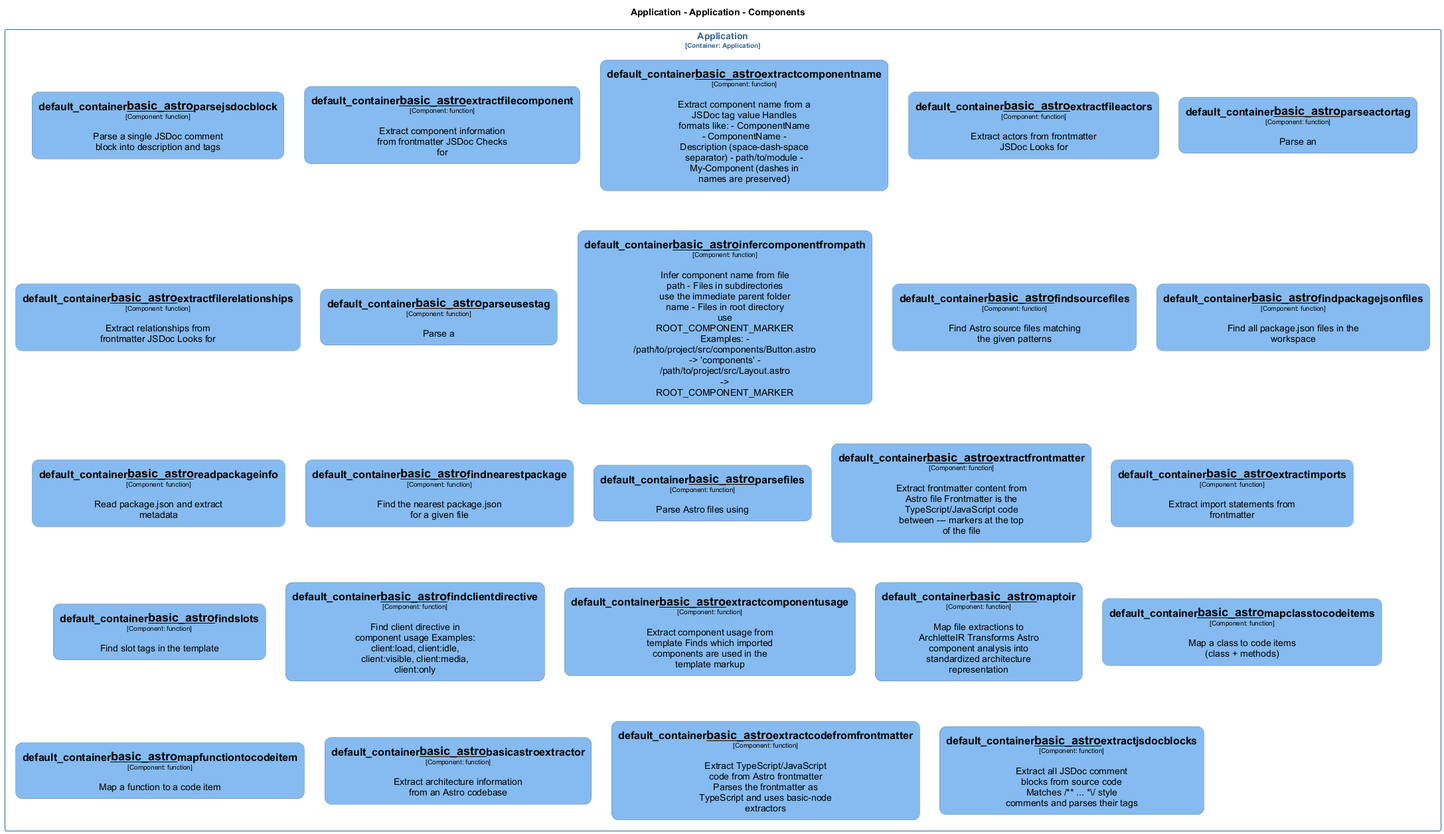
This is docs/architecture/diagrams/structurizr-Classes_default_container__basic_astro.png from chrislyons-dev/archlette, a PlantUML export, as it was before one commit.
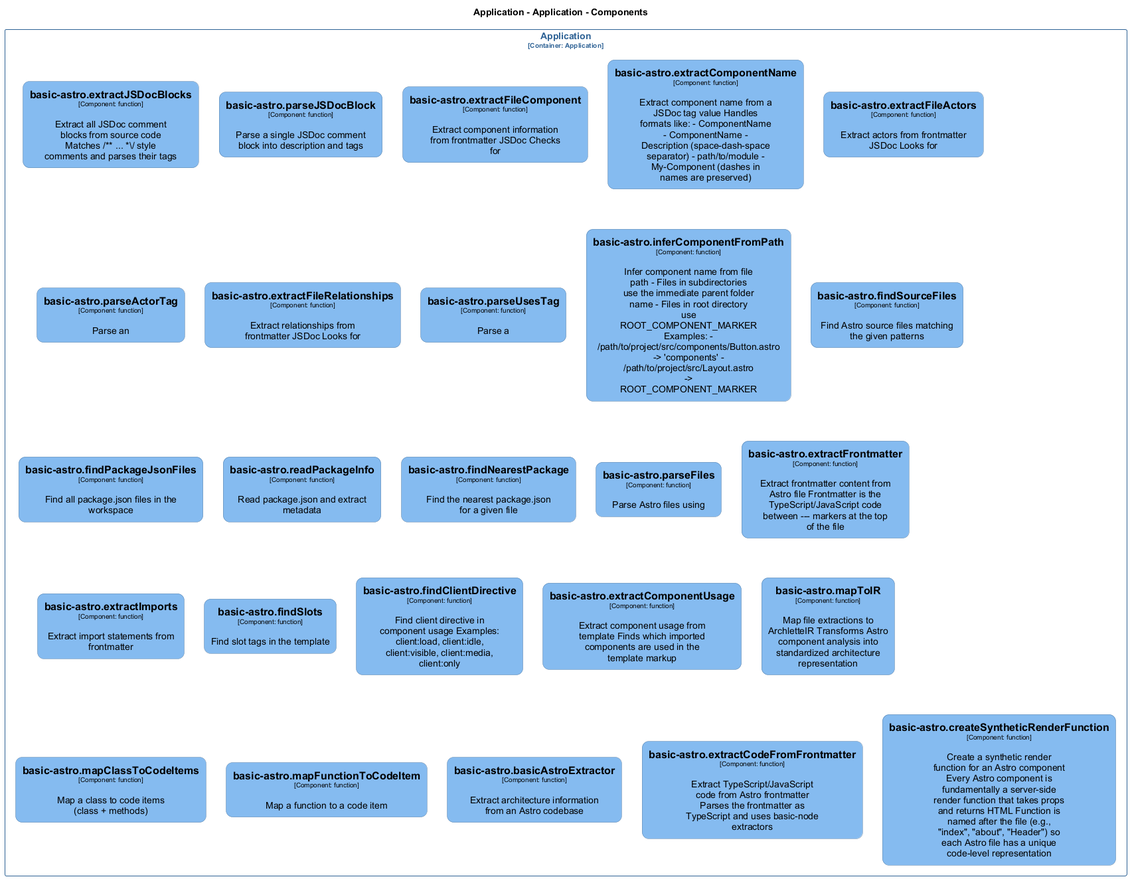
The same file after the commit.

Change to the diagram source:
```diff
@@ -18,3 +18,3 @@
 
-skinparam rectangle<<Application.Application.default_container__basic_astro__basicastroextractor>> {
+skinparam rectangle<<Application.Application.basicastrobasicAstroExtractor>> {
   BackgroundColor #85bbf0
@@ -25,3 +25,3 @@
 }
-skinparam rectangle<<Application.Application.default_container__basic_astro__extractcodefromfrontmatter>> {
+skinparam rectangle<<Application.Application.basicastrocreateSyntheticRenderFunction>> {
   BackgroundColor #85bbf0
@@ -32,3 +32,3 @@
 }
-skinparam rectangle<<Application.Application.default_container__basic_astro__extractcomponentname>> {
+skinparam rectangle<<Application.Application.basicastroextractCodeFromFrontmatter>> {
   BackgroundColor #85bbf0
@@ -39,3 +39,3 @@
 }
-skinparam rectangle<<Application.Application.default_container__basic_astro__extractcomponentusage>> {
+skinparam rectangle<<Application.Application.basicastroextractComponentName>> {
   BackgroundColor #85bbf0
@@ -46,3 +46,3 @@
 }
-skinparam rectangle<<Application.Application.default_container__basic_astro__extractfileactors>> {
+skinparam rectangle<<Application.Application.basicastroextractComponentUsage>> {
   BackgroundColor #85bbf0
@@ -53,3 +53,3 @@
 }
-skinparam rectangle<<Application.Application.default_container__basic_astro__extractfilecomponent>> {
+skinparam rectangle<<Application.Application.basicastroextractFileActors>> {
   BackgroundColor #85bbf0
@@ -60,3 +60,3 @@
 }
-skinparam rectangle<<Application.Application.default_container__basic_astro__extractfilerelationships>> {
+skinparam rectangle<<Application.Application.basicastroextractFileComponent>> {
   BackgroundColor #85bbf0
@@ -67,3 +67,3 @@
 }
-skinparam rectangle<<Application.Application.default_container__basic_astro__extractfrontmatter>> {
+skinparam rectangle<<Application.Application.basicastroextractFileRelationships>> {
   BackgroundColor #85bbf0
@@ -74,3 +74,3 @@
 }
-skinparam rectangle<<Application.Application.default_container__basic_astro__extractimports>> {
+skinparam rectangle<<Application.Application.basicastroextractFrontmatter>> {
   BackgroundColor #85bbf0
@@ -81,3 +81,3 @@
 }
-skinparam rectangle<<Application.Application.default_container__basic_astro__extractjsdocblocks>> {
+skinparam rectangle<<Application.Application.basicastroextractImports>> {
   BackgroundColor #85bbf0
@@ -88,3 +88,3 @@
 }
-skinparam rectangle<<Application.Application.default_container__basic_astro__findclientdirective>> {
+skinparam rectangle<<Application.Application.basicastroextractJSDocBlocks>> {
   BackgroundColor #85bbf0
@@ -95,3 +95,3 @@
 }
-skinparam rectangle<<Application.Application.default_container__basic_astro__findnearestpackage>> {
+skinparam rectangle<<Application.Application.basicastrofindClientDirective>> {
   BackgroundColor #85bbf0
@@ -102,3 +102,3 @@
 }
-skinparam rectangle<<Application.Application.default_container__basic_astro__findpackagejsonfiles>> {
+skinparam rectangle<<Application.Application.basicastrofindNearestPackage>> {
   BackgroundColor #85bbf0
@@ -109,3 +109,3 @@
 }
-skinparam rectangle<<Application.Application.default_container__basic_astro__findslots>> {
+skinparam rectangle<<Application.Application.basicastrofindPackageJsonFiles>> {
   BackgroundColor #85bbf0
@@ -116,3 +116,3 @@
 }
-skinparam rectangle<<Application.Application.default_container__basic_astro__findsourcefiles>> {
+skinparam rectangle<<Application.Application.basicastrofindSlots>> {
   BackgroundColor #85bbf0
@@ -123,3 +123,3 @@
 }
-skinparam rectangle<<Application.Application.default_container__basic_astro__infercomponentfrompath>> {
+skinparam rectangle<<Application.Application.basicastrofindSourceFiles>> {
   BackgroundColor #85bbf0
@@ -130,3 +130,3 @@
 }
-skinparam rectangle<<Application.Application.default_container__basic_astro__mapclasstocodeitems>> {
+skinparam rectangle<<Application.Application.basicastroinferComponentFromPath>> {
   BackgroundColor #85bbf0
@@ -137,3 +137,3 @@
 }
-skinparam rectangle<<Application.Application.default_container__basic_astro__mapfunctiontocodeitem>> {
+skinparam rectangle<<Application.Application.basicastromapClassToCodeItems>> {
   BackgroundColor #85bbf0
@@ -144,3 +144,3 @@
 }
-skinparam rectangle<<Application.Application.default_container__basic_astro__maptoir>> {
+skinparam rectangle<<Application.Application.basicastromapFunctionToCodeItem>> {
   BackgroundColor #85bbf0
@@ -151,3 +151,3 @@
 }
-skinparam rectangle<<Application.Application.default_container__basic_astro__parseactortag>> {
+skinparam rectangle<<Application.Application.basicastromapToIR>> {
   BackgroundColor #85bbf0
@@ -158,3 +158,3 @@
 }
-skinparam rectangle<<Application.Application.default_container__basic_astro__parsefiles>> {
+skinparam rectangle<<Application.Application.basicastroparseActorTag>> {
   BackgroundColor #85bbf0
@@ -165,3 +165,3 @@
 }
-skinparam rectangle<<Application.Application.default_container__basic_astro__parsejsdocblock>> {
+skinparam rectangle<<Application.Application.basicastroparseFiles>> {
   BackgroundColor #85bbf0
@@ -172,3 +172,3 @@
 }
-skinparam rectangle<<Application.Application.default_container__basic_astro__parseusestag>> {
+skinparam rectangle<<Application.Application.basicastroparseJSDocBlock>> {
   BackgroundColor #85bbf0
@@ -179,3 +179,10 @@
 }
-skinparam rectangle<<Application.Application.default_container__basic_astro__readpackageinfo>> {
+skinparam rectangle<<Application.Application.basicastroparseUsesTag>> {
+  BackgroundColor #85bbf0
+  FontColor #000000
+  BorderColor #5d82a8
+  roundCorner 20
+  shadowing false
+}
+skinparam rectangle<<Application.Application.basicastroreadPackageInfo>> {
   BackgroundColor #85bbf0
@@ -193,26 +200,27 @@
 rectangle "Application\n<size:10>[Container: Application]</size>" <<Application.Application>> {
-  rectangle "==default_container__basic_astro__parsejsdocblock\n<size:10>[Component: function]</size>\n\nParse a single JSDoc comment block into description and tags" <<Application.Application.default_container__basic_astro__parsejsdocblock>> as Application.Application.default_container__basic_astro__parsejsdocblock
-  rectangle "==default_container__basic_astro__extractfilecomponent\n<size:10>[Component: function]</size>\n\nExtract component information from frontmatter JSDoc Checks for" <<Application.Application.default_container__basic_astro__extractfilecomponent>> as Application.Application.default_container__basic_astro__extractfilecomponent
-  rectangle "==default_container__basic_astro__extractcomponentname\n<size:10>[Component: function]</size>\n\nExtract component name from a JSDoc tag value Handles formats like: - ComponentName - ComponentName - Description (space-dash-space separator) - path/to/module - My-Component (dashes in names are preserved)" <<Application.Application.default_container__basic_astro__extractcomponentname>> as Application.Application.default_container__basic_astro__extractcomponentname
-  rectangle "==default_container__basic_astro__extractfileactors\n<size:10>[Component: function]</size>\n\nExtract actors from frontmatter JSDoc Looks for" <<Application.Application.default_container__basic_astro__extractfileactors>> as Application.Application.default_container__basic_astro__extractfileactors
-  rectangle "==default_container__basic_astro__parseactortag\n<size:10>[Component: function]</size>\n\nParse an" <<Application.Application.default_container__basic_astro__parseactortag>> as Application.Application.default_container__basic_astro__parseactortag
-  rectangle "==default_container__basic_astro__extractfilerelationships\n<size:10>[Component: function]</size>\n\nExtract relationships from frontmatter JSDoc Looks for" <<Application.Application.default_container__basic_astro__extractfilerelationships>> as Application.Application.default_container__basic_astro__extractfilerelationships
-  rectangle "==default_container__basic_astro__parseusestag\n<size:10>[Component: function]</size>\n\nParse a" <<Application.Application.default_container__basic_astro__parseusestag>> as Application.Application.default_container__basic_astro__parseusestag
-  rectangle "==default_container__basic_astro__infercomponentfrompath\n<size:10>[Component: function]</size>\n\nInfer component name from file path - Files in subdirectories use the immediate parent folder name - Files in root directory use ROOT_COMPONENT_MARKER Examples: - /path/to/project/src/components/Button.astro -> 'components' - /path/to/project/src/Layout.astro -> ROOT_COMPONENT_MARKER" <<Application.Application.default_container__basic_astro__infercomponentfrompath>> as Application.Application.default_container__basic_astro__infercomponentfrompath
-  rectangle "==default_container__basic_astro__findsourcefiles\n<size:10>[Component: function]</size>\n\nFind Astro source files matching the given patterns" <<Application.Application.default_container__basic_astro__findsourcefiles>> as Application.Application.default_container__basic_astro__findsourcefiles
-  rectangle "==default_container__basic_astro__findpackagejsonfiles\n<size:10>[Component: function]</size>\n\nFind all package.json files in the workspace" <<Application.Application.default_container__basic_astro__findpackagejsonfiles>> as Application.Application.default_container__basic_astro__findpackagejsonfiles
-  rectangle "==default_container__basic_astro__readpackageinfo\n<size:10>[Component: function]</size>\n\nRead package.json and extract metadata" <<Application.Application.default_container__basic_astro__readpackageinfo>> as Application.Application.default_container__basic_astro__readpackageinfo
-  rectangle "==default_container__basic_astro__findnearestpackage\n<size:10>[Component: function]</size>\n\nFind the nearest package.json for a given file" <<Application.Application.default_container__basic_astro__findnearestpackage>> as Application.Application.default_container__basic_astro__findnearestpackage
-  rectangle "==default_container__basic_astro__parsefiles\n<size:10>[Component: function]</size>\n\nParse Astro files using" <<Application.Application.default_container__basic_astro__parsefiles>> as Application.Application.default_container__basic_astro__parsefiles
-  rectangle "==default_container__basic_astro__extractfrontmatter\n<size:10>[Component: function]</size>\n\nExtract frontmatter content from Astro file Frontmatter is the TypeScript/JavaScript code between --- markers at the top of the file" <<Application.Application.default_container__basic_astro__extractfrontmatter>> as Application.Application.default_container__basic_astro__extractfrontmatter
-  rectangle "==default_container__basic_astro__extractimports\n<size:10>[Component: function]</size>\n\nExtract import statements from frontmatter" <<Application.Application.default_container__basic_astro__extractimports>> as Application.Application.default_container__basic_astro__extractimports
-  rectangle "==default_container__basic_astro__findslots\n<size:10>[Component: function]</size>\n\nFind slot tags in the template" <<Application.Application.default_container__basic_astro__findslots>> as Application.Application.default_container__basic_astro__findslots
-  rectangle "==default_container__basic_astro__findclientdirective\n<size:10>[Component: function]</size>\n\nFind client directive in component usage Examples: client:load, client:idle, client:visible, client:media, client:only" <<Application.Application.default_container__basic_astro__findclientdirective>> as Application.Application.default_container__basic_astro__findclientdirective
-  rectangle "==default_container__basic_astro__extractcomponentusage\n<size:10>[Component: function]</size>\n\nExtract component usage from template Finds which imported components are used in the template markup" <<Application.Application.default_container__basic_astro__extractcomponentusage>> as Application.Application.default_container__basic_astro__extractcomponentusage
-  rectangle "==default_container__basic_astro__maptoir\n<size:10>[Component: function]</size>\n\nMap file extractions to ArchletteIR Transforms Astro component analysis into standardized architecture representation" <<Application.Application.default_container__basic_astro__maptoir>> as Application.Application.default_container__basic_astro__maptoir
-  rectangle "==default_container__basic_astro__mapclasstocodeitems\n<size:10>[Component: function]</size>\n\nMap a class to code items (class + methods)" <<Application.Application.default_container__basic_astro__mapclasstocodeitems>> as Application.Application.default_container__basic_astro__mapclasstocodeitems
-  rectangle "==default_container__basic_astro__mapfunctiontocodeitem\n<size:10>[Component: function]</size>\n\nMap a function to a code item" <<Application.Application.default_container__basic_astro__mapfunctiontocodeitem>> as Application.Application.default_container__basic_astro__mapfunctiontocodeitem
-  rectangle "==default_container__basic_astro__basicastroextractor\n<size:10>[Component: function]</size>\n\nExtract architecture information from an Astro codebase" <<Application.Application.default_container__basic_astro__basicastroextractor>> as Application.Application.default_container__basic_astro__basicastroextractor
-  rectangle "==default_container__basic_astro__extractcodefromfrontmatter\n<size:10>[Component: function]</size>\n\nExtract TypeScript/JavaScript code from Astro frontmatter Parses the frontmatter as TypeScript and uses basic-node extractors" <<Application.Application.default_container__basic_astro__extractcodefromfrontmatter>> as Application.Application.default_container__basic_astro__extractcodefromfrontmatter
-  rectangle "==default_container__basic_astro__extractjsdocblocks\n<size:10>[Component: function]</size>\n\nExtract all JSDoc comment blocks from source code Matches /** ... *\\/ style comments and parses their tags" <<Application.Application.default_container__basic_astro__extractjsdocblocks>> as Application.Application.default_container__basic_astro__extractjsdocblocks
+  rectangle "==basic-astro.extractJSDocBlocks\n<size:10>[Component: function]</size>\n\nExtract all JSDoc comment blocks from source code Matches /** ... *\\/ style comments and parses their tags" <<Application.Application.basicastroextractJSDocBlocks>> as Application.Application.basicastroextractJSDocBlocks
+  rectangle "==basic-astro.parseJSDocBlock\n<size:10>[Component: function]</size>\n\nParse a single JSDoc comment block into description and tags" <<Application.Application.basicastroparseJSDocBlock>> as Application.Application.basicastroparseJSDocBlock
+  rectangle "==basic-astro.extractFileComponent\n<size:10>[Component: function]</size>\n\nExtract component information from frontmatter JSDoc Checks for" <<Application.Application.basicastroextractFileComponent>> as Application.Application.basicastroextractFileComponent
+  rectangle "==basic-astro.extractComponentName\n<size:10>[Component: function]</size>\n\nExtract component name from a JSDoc tag value Handles formats like: - ComponentName - ComponentName - Description (space-dash-space separator) - path/to/module - My-Component (dashes in names are preserved)" <<Application.Application.basicastroextractComponentName>> as Application.Application.basicastroextractComponentName
+  rectangle "==basic-astro.extractFileActors\n<size:10>[Component: function]</size>\n\nExtract actors from frontmatter JSDoc Looks for" <<Application.Application.basicastroextractFileActors>> as Application.Application.basicastroextractFileActors
+  rectangle "==basic-astro.parseActorTag\n<size:10>[Component: function]</size>\n\nParse an" <<Application.Application.basicastroparseActorTag>> as Application.Application.basicastroparseActorTag
+  rectangle "==basic-astro.extractFileRelationships\n<size:10>[Component: function]</size>\n\nExtract relationships from frontmatter JSDoc Looks for" <<Application.Application.basicastroextractFileRelationships>> as Application.Application.basicastroextractFileRelationships
+  rectangle "==basic-astro.parseUsesTag\n<size:10>[Component: function]</size>\n\nParse a" <<Application.Application.basicastroparseUsesTag>> as Application.Application.basicastroparseUsesTag
+  rectangle "==basic-astro.inferComponentFromPath\n<size:10>[Component: function]</size>\n\nInfer component name from file path - Files in subdirectories use the immediate parent folder name - Files in root directory use ROOT_COMPONENT_MARKER Examples: - /path/to/project/src/components/Button.astro -> 'components' - /path/to/project/src/Layout.astro -> ROOT_COMPONENT_MARKER" <<Application.Application.basicastroinferComponentFromPath>> as Application.Application.basicastroinferComponentFromPath
+  rectangle "==basic-astro.findSourceFiles\n<size:10>[Component: function]</size>\n\nFind Astro source files matching the given patterns" <<Application.Application.basicastrofindSourceFiles>> as Application.Application.basicastrofindSourceFiles
+  rectangle "==basic-astro.findPackageJsonFiles\n<size:10>[Component: function]</size>\n\nFind all package.json files in the workspace" <<Application.Application.basicastrofindPackageJsonFiles>> as Application.Application.basicastrofindPackageJsonFiles
+  rectangle "==basic-astro.readPackageInfo\n<size:10>[Component: function]</size>\n\nRead package.json and extract metadata" <<Application.Application.basicastroreadPackageInfo>> as Application.Application.basicastroreadPackageInfo
+  rectangle "==basic-astro.findNearestPackage\n<size:10>[Component: function]</size>\n\nFind the nearest package.json for a given file" <<Application.Application.basicastrofindNearestPackage>> as Application.Application.basicastrofindNearestPackage
+  rectangle "==basic-astro.parseFiles\n<size:10>[Component: function]</size>\n\nParse Astro files using" <<Application.Application.basicastroparseFiles>> as Application.Application.basicastroparseFiles
+  rectangle "==basic-astro.extractFrontmatter\n<size:10>[Component: function]</size>\n\nExtract frontmatter content from Astro file Frontmatter is the TypeScript/JavaScript code between --- markers at the top of the file" <<Application.Application.basicastroextractFrontmatter>> as Application.Application.basicastroextractFrontmatter
+  rectangle "==basic-astro.extractImports\n<size:10>[Component: function]</size>\n\nExtract import statements from frontmatter" <<Application.Application.basicastroextractImports>> as Application.Application.basicastroextractImports
+  rectangle "==basic-astro.findSlots\n<size:10>[Component: function]</size>\n\nFind slot tags in the template" <<Application.Application.basicastrofindSlots>> as Application.Application.basicastrofindSlots
+  rectangle "==basic-astro.findClientDirective\n<size:10>[Component: function]</size>\n\nFind client directive in component usage Examples: client:load, client:idle, client:visible, client:media, client:only" <<Application.Application.basicastrofindClientDirective>> as Application.Application.basicastrofindClientDirective
+  rectangle "==basic-astro.extractComponentUsage\n<size:10>[Component: function]</size>\n\nExtract component usage from template Finds which imported components are used in the template markup" <<Application.Application.basicastroextractComponentUsage>> as Application.Application.basicastroextractComponentUsage
+  rectangle "==basic-astro.mapToIR\n<size:10>[Component: function]</size>\n\nMap file extractions to ArchletteIR Transforms Astro component analysis into standardized architecture representation" <<Application.Application.basicastromapToIR>> as Application.Application.basicastromapToIR
+  rectangle "==basic-astro.mapClassToCodeItems\n<size:10>[Component: function]</size>\n\nMap a class to code items (class + methods)" <<Application.Application.basicastromapClassToCodeItems>> as Application.Application.basicastromapClassToCodeItems
+  rectangle "==basic-astro.mapFunctionToCodeItem\n<size:10>[Component: function]</size>\n\nMap a function to a code item" <<Application.Application.basicastromapFunctionToCodeItem>> as Application.Application.basicastromapFunctionToCodeItem
+  rectangle "==basic-astro.basicAstroExtractor\n<size:10>[Component: function]</size>\n\nExtract architecture information from an Astro codebase" <<Application.Application.basicastrobasicAstroExtractor>> as Application.Application.basicastrobasicAstroExtractor
+  rectangle "==basic-astro.extractCodeFromFrontmatter\n<size:10>[Component: function]</size>\n\nExtract TypeScript/JavaScript code from Astro frontmatter Parses the frontmatter as TypeScript and uses basic-node extractors" <<Application.Application.basicastroextractCodeFromFrontmatter>> as Application.Application.basicastroextractCodeFromFrontmatter
+  rectangle "==basic-astro.createSyntheticRenderFunction\n<size:10>[Component: function]</size>\n\nCreate a synthetic render function for an Astro component Every Astro component is fundamentally a server-side render function that takes props and returns HTML Function is named after the file (e.g., "index", "about", "Header") so each Astro file has a unique code-level representation" <<Application.Application.basicastrocreateSyntheticRenderFunction>> as Application.Application.basicastrocreateSyntheticRenderFunction
 }
```
